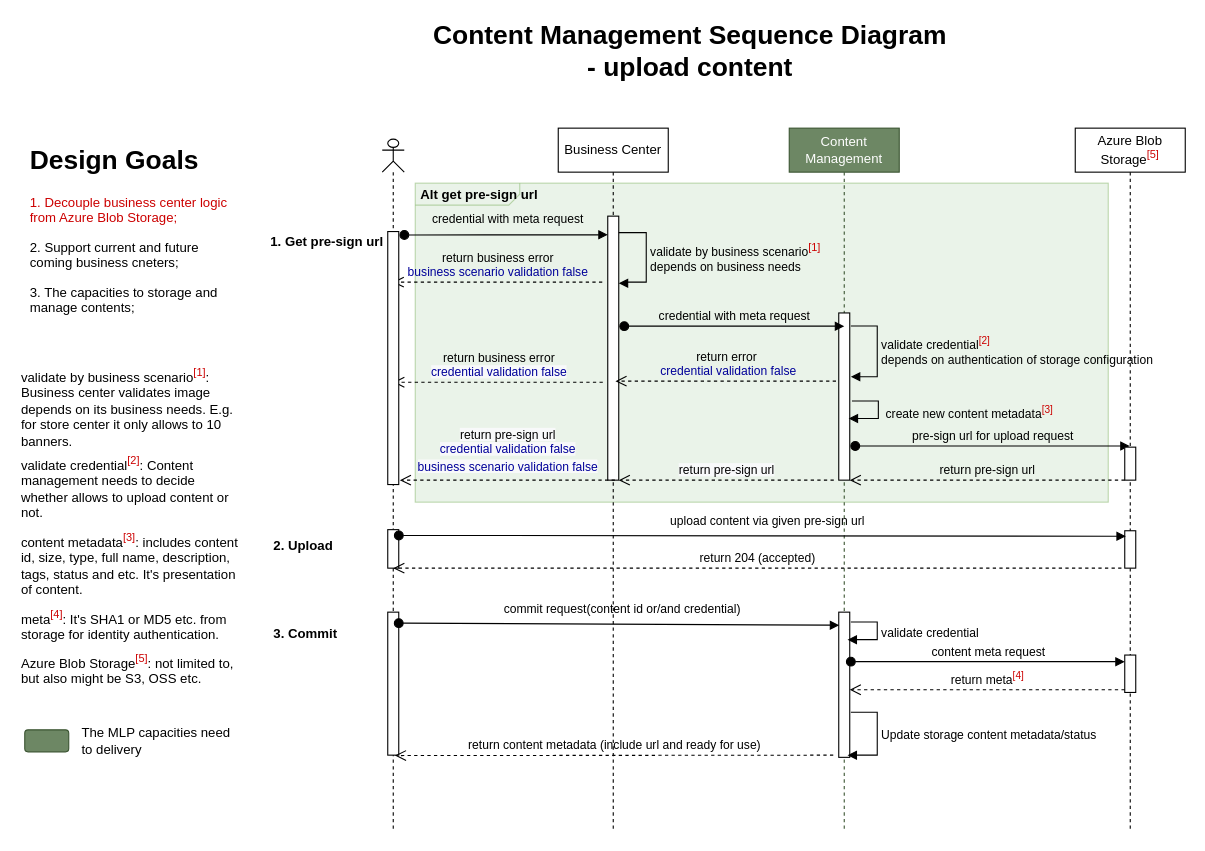
Before: page "Uploading User Case" (1 of 2) of Mid Layer Platform Content Business Flow.drawio in sotheair/designs, a draw.io diagram. Source tidied: cells renumbered, new cells numbered last; positions are measured from the earlier drawing's top-left corner, leaving out a move shared by most shapes. Both pictures are drawn from the tidied source at 110%, with x=0, y=0 at pixel (19, 40).
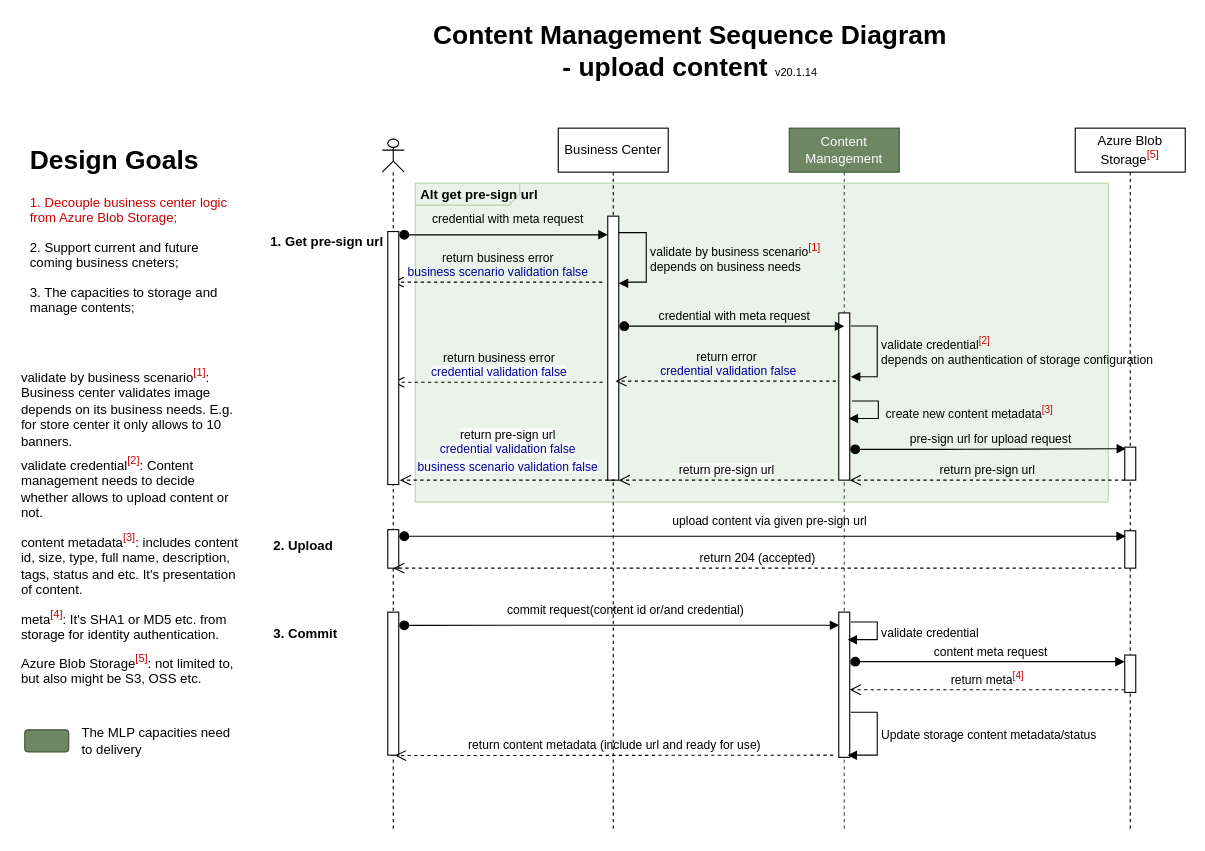
The same diagram, later.

The change refers to these unchanged cells:
```xml
<mxCell id="3" value="Content Management" style="shape=umlLifeline;perimeter=lifelinePerimeter;whiteSpace=wrap;html=1;fillColor=#6d8764;strokeColor=#3A5431;fontColor=#ffffff;" parent="1" vertex="1">
  <mxGeometry x="700" y="80" width="100" height="640" as="geometry" />
</mxCell>
<mxCell id="7" style="html=1;points=[];perimeter=orthogonalPerimeter;align=left;" parent="6" vertex="1">
  <mxGeometry x="5" y="355" width="10" height="35" as="geometry" />
</mxCell>
<mxCell id="10" style="html=1;points=[];perimeter=orthogonalPerimeter;" parent="9" vertex="1">
  <mxGeometry x="45" y="80" width="10" height="240" as="geometry" />
</mxCell>
<mxCell id="12" style="html=1;points=[];perimeter=orthogonalPerimeter;" parent="11" vertex="1">
  <mxGeometry x="45" y="290" width="10" height="30" as="geometry" />
</mxCell>
<mxCell id="35" style="html=1;points=[];perimeter=orthogonalPerimeter;" parent="1" vertex="1">
  <mxGeometry x="745" y="520" width="10" height="132" as="geometry" />
</mxCell>
```

Change to the diagram source:
```diff
@@
-    <mxCell id="5" value="pre-sign url for upload request" style="html=1;verticalAlign=bottom;startArrow=oval;startFill=1;endArrow=block;startSize=8;labelBackgroundColor=none;" parent="3" edge="1">
+    <mxCell id="5" value="pre-sign url for upload request" style="html=1;verticalAlign=bottom;startArrow=oval;startFill=1;endArrow=block;startSize=8;labelBackgroundColor=none;entryX=0.116;entryY=0.047;entryDx=0;entryDy=0;entryPerimeter=0;" parent="3" edge="1" target="12">
       <mxGeometry relative="1" as="geometry">
-        <mxPoint x="60" y="289" as="sourcePoint" />
-        <mxPoint x="309.5" y="289" as="targetPoint" />
+        <mxPoint x="60" y="292" as="sourcePoint" />
         <Array as="points">
-          <mxPoint x="150.5" y="289" />
+          <mxPoint x="150.5" y="292" />
         </Array>
       </mxGeometry>
     </mxCell>
@@
-    <mxCell id="15" value="&lt;font style=&quot;font-size: 24px&quot;&gt;&lt;b&gt;Content Management Sequence Diagram&lt;br&gt;- upload content&lt;br&gt;&lt;/b&gt;&lt;/font&gt;" style="text;html=1;strokeColor=none;fillColor=none;align=center;verticalAlign=middle;whiteSpace=wrap;rounded=0;" parent="1" vertex="1">
+    <mxCell id="15" value="&lt;font&gt;&lt;span style=&quot;font-weight: bold ; font-size: 24px&quot;&gt;Content Management Sequence Diagram&lt;/span&gt;&lt;br&gt;&lt;span style=&quot;font-weight: bold ; font-size: 24px&quot;&gt;- upload content &lt;/span&gt;&lt;font style=&quot;font-size: 10px&quot;&gt;v20.1.14&lt;/font&gt;&lt;br&gt;&lt;/font&gt;" style="text;html=1;strokeColor=none;fillColor=none;align=center;verticalAlign=middle;whiteSpace=wrap;rounded=0;" parent="1" vertex="1">
       <mxGeometry x="350" width="520" height="20" as="geometry" />
     </mxCell>
-    <mxCell id="16" value="credential with meta request" style="html=1;verticalAlign=bottom;startArrow=oval;startFill=1;endArrow=block;startSize=8;labelBackgroundColor=none;exitX=1.109;exitY=0.005;exitDx=0;exitDy=0;exitPerimeter=0;" parent="1" edge="1" target="10">
+    <mxCell id="16" value="credential with meta request" style="html=1;verticalAlign=bottom;startArrow=oval;startFill=1;endArrow=block;startSize=8;labelBackgroundColor=none;" parent="1" edge="1" target="10">
       <mxGeometry x="0.01" y="5" relative="1" as="geometry">
-        <mxPoint x="350.1" y="177.1" as="sourcePoint" />
+        <mxPoint x="350" y="177" as="sourcePoint" />
         <Array as="points">
           <mxPoint x="434" y="177" />
         </Array>
         <mxPoint x="1" as="offset" />
       </mxGeometry>
     </mxCell>
@@
-    <mxCell id="33" value="upload content via given pre-sign url" style="html=1;verticalAlign=bottom;startArrow=oval;startFill=1;endArrow=block;startSize=8;labelBackgroundColor=none;exitX=1.008;exitY=0.15;exitDx=0;exitDy=0;exitPerimeter=0;" parent="1" edge="1" source="7">
+    <mxCell id="33" value="upload content via given pre-sign url" style="html=1;verticalAlign=bottom;startArrow=oval;startFill=1;endArrow=block;startSize=8;labelBackgroundColor=none;" parent="1" edge="1">
       <mxGeometry x="0.01" y="5" relative="1" as="geometry">
+        <mxPoint x="350" y="451" as="sourcePoint" />
         <mxPoint x="1006" y="451" as="targetPoint" />
         <mxPoint x="1" as="offset" />
       </mxGeometry>
     </mxCell>
@@
-    <mxCell id="36" value="commit request(content id or/and credential)" style="html=1;verticalAlign=bottom;startArrow=oval;startFill=1;endArrow=block;startSize=8;labelBackgroundColor=none;exitX=1.008;exitY=0.15;exitDx=0;exitDy=0;exitPerimeter=0;entryX=0.045;entryY=0.09;entryDx=0;entryDy=0;entryPerimeter=0;" parent="1" edge="1" target="35">
+    <mxCell id="36" value="commit request(content id or/and credential)" style="html=1;verticalAlign=bottom;startArrow=oval;startFill=1;endArrow=block;startSize=8;labelBackgroundColor=none;entryX=0.045;entryY=0.09;entryDx=0;entryDy=0;entryPerimeter=0;" parent="1" edge="1" target="35">
       <mxGeometry x="0.01" y="5" relative="1" as="geometry">
-        <mxPoint x="345" y="530" as="sourcePoint" />
+        <mxPoint x="350" y="532" as="sourcePoint" />
         <mxPoint x="1" as="offset" />
       </mxGeometry>
     </mxCell>
@@
     <mxCell id="38" value="content meta request" style="html=1;verticalAlign=bottom;startArrow=oval;startFill=1;endArrow=block;startSize=8;labelBackgroundColor=none;" parent="1" edge="1">
       <mxGeometry relative="1" as="geometry">
-        <mxPoint x="756" y="565" as="sourcePoint" />
+        <mxPoint x="760" y="565" as="sourcePoint" />
         <mxPoint x="1005" y="565" as="targetPoint" />
         <Array as="points">
           <mxPoint x="846" y="565" />
         </Array>
       </mxGeometry>
     </mxCell>
```
